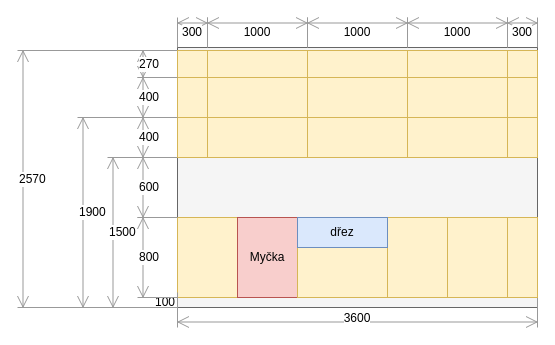
This is docs/src/static/drawings/kitchen.wall-watter.drawio from surquest/flat-renovation, a draw.io file, before an edit. Source tidied: cells renumbered, new cells numbered last; positions are measured from the earlier drawing's top-left corner, leaving out a move shared by most shapes. Both pictures are drawn from the tidied source at 100%, with x=0, y=0 at pixel (17, 17).
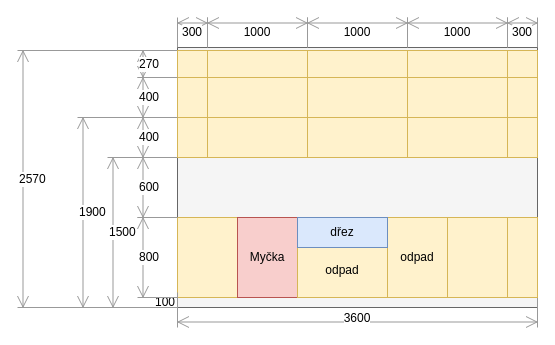
After the change.

What changed in the source:
```diff
@@
-    <mxCell id="10" style="rounded=0;whiteSpace=wrap;html=1;fillColor=#fff2cc;strokeColor=#d6b656;" parent="1" vertex="1">
+    <mxCell id="10" value="odpad" style="rounded=0;whiteSpace=wrap;html=1;fillColor=#fff2cc;strokeColor=#d6b656;" parent="1" vertex="1">
       <mxGeometry x="280" y="225" width="90" height="55" as="geometry" />
     </mxCell>
@@
-    <mxCell id="13" style="rounded=0;whiteSpace=wrap;html=1;fillColor=#fff2cc;strokeColor=#d6b656;" parent="1" vertex="1">
+    <mxCell id="13" value="odpad" style="rounded=0;whiteSpace=wrap;html=1;fillColor=#fff2cc;strokeColor=#d6b656;" parent="1" vertex="1">
       <mxGeometry x="370" y="200" width="60" height="80" as="geometry" />
     </mxCell>
```
